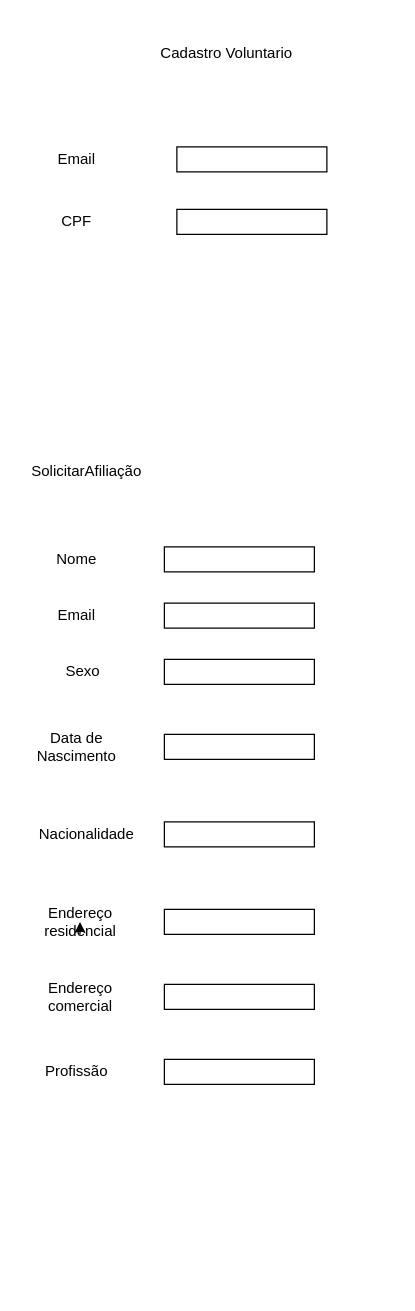
The draw.io diagram page "Page-1" (1 of 2) of Untitled Diagram.drawio in ccaaio/redemaissocial, before the edit. Source tidied: cells renumbered, new cells numbered last; positions are measured from the earlier drawing's top-left corner, leaving out a move shared by most shapes. Both pictures are drawn from the tidied source at 125%, with x=0, y=0 at pixel (51, 21).
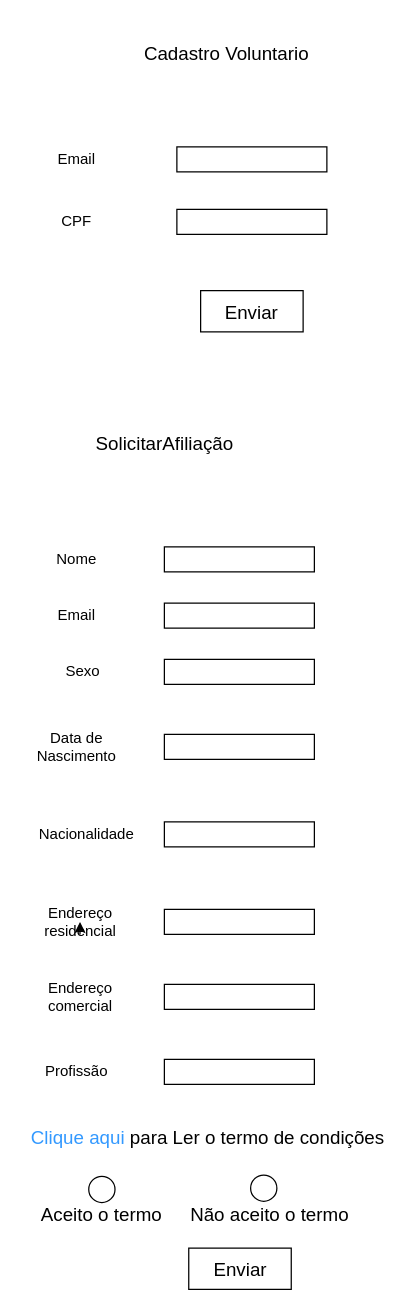
The same diagram, later.

The edit, as a diff of the source:
```diff
@@
-    <mxCell id="2" value="Cadastro Voluntario" style="text;html=1;strokeColor=none;fillColor=none;align=center;verticalAlign=middle;whiteSpace=wrap;rounded=0;" parent="1" vertex="1">
+    <mxCell id="2" value="Cadastro Voluntario" style="text;html=1;strokeColor=none;fillColor=none;align=center;verticalAlign=middle;whiteSpace=wrap;rounded=0;fontSize=15;" parent="1" vertex="1">
       <mxGeometry x="25" width="230" height="50" as="geometry" />
     </mxCell>
@@
-    <mxCell id="6" value="SolicitarAfiliação" style="text;html=1;strokeColor=none;fillColor=none;align=center;verticalAlign=middle;whiteSpace=wrap;rounded=0;" parent="1" vertex="1">
-      <mxGeometry x="7.5" y="350" width="40" height="20" as="geometry" />
+    <mxCell id="6" value="SolicitarAfiliação" style="text;html=1;strokeColor=none;fillColor=none;align=center;verticalAlign=middle;whiteSpace=wrap;rounded=0;fontSize=15;" parent="1" vertex="1">
+      <mxGeometry x="58.5" y="309" width="63" height="55" as="geometry" />
     </mxCell>
@@
+    <mxCell id="25" style="rounded=0;whiteSpace=wrap;html=1;fontSize=15;" parent="1" vertex="1">
+      <mxGeometry x="119" y="215" width="82" height="33" as="geometry" />
+    </mxCell>
+    <mxCell id="26" value="Enviar" style="text;html=1;strokeColor=none;fillColor=none;align=center;verticalAlign=middle;whiteSpace=wrap;rounded=0;fontSize=15;" parent="1" vertex="1">
+      <mxGeometry x="140" y="221.5" width="40" height="20" as="geometry" />
+    </mxCell>
+    <mxCell id="27" style="rounded=0;whiteSpace=wrap;html=1;fontSize=15;" parent="1" vertex="1">
+      <mxGeometry x="109.5" y="981" width="82" height="33" as="geometry" />
+    </mxCell>
+    <mxCell id="28" value="Enviar" style="text;html=1;strokeColor=none;fillColor=none;align=center;verticalAlign=middle;whiteSpace=wrap;rounded=0;fontSize=15;" parent="1" vertex="1">
+      <mxGeometry x="130.5" y="987.5" width="40" height="20" as="geometry" />
+    </mxCell>
+    <mxCell id="29" style="ellipse;whiteSpace=wrap;html=1;fontSize=15;" parent="1" vertex="1">
+      <mxGeometry x="29.5" y="923.5" width="21" height="21" as="geometry" />
+    </mxCell>
+    <mxCell id="30" style="ellipse;whiteSpace=wrap;html=1;fontSize=15;" parent="1" vertex="1">
+      <mxGeometry x="159" y="922.5" width="21" height="21" as="geometry" />
+    </mxCell>
+    <mxCell id="31" value="Aceito o termo" style="text;html=1;strokeColor=none;fillColor=none;align=center;verticalAlign=middle;whiteSpace=wrap;rounded=0;fontSize=15;" parent="1" vertex="1">
+      <mxGeometry x="-11.5" y="944.5" width="102" height="18" as="geometry" />
+    </mxCell>
+    <mxCell id="32" value="Não aceito o termo" style="text;html=1;strokeColor=none;fillColor=none;align=center;verticalAlign=middle;whiteSpace=wrap;rounded=0;fontSize=15;" parent="1" vertex="1">
+      <mxGeometry x="109.5" y="943.5" width="129" height="20" as="geometry" />
+    </mxCell>
+    <mxCell id="33" value="&lt;font color=&quot;#3399ff&quot;&gt;Clique aqui &lt;/font&gt;para Ler o termo de condições" style="text;html=1;strokeColor=none;fillColor=none;align=center;verticalAlign=middle;whiteSpace=wrap;rounded=0;fontSize=15;" parent="1" vertex="1">
+      <mxGeometry x="-24" y="881" width="298" height="21" as="geometry" />
+    </mxCell>
```
